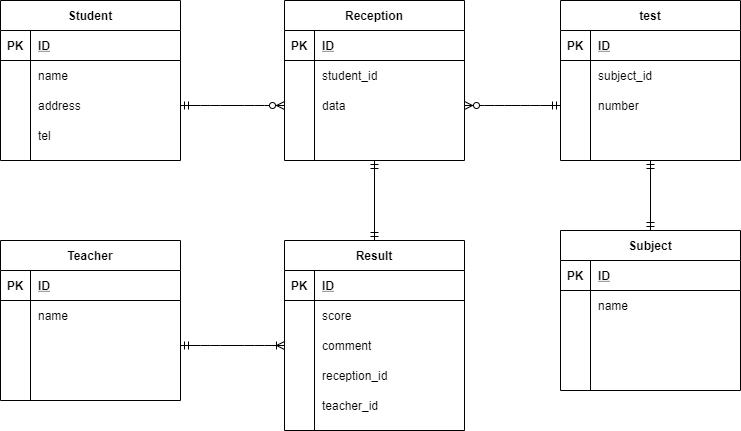
The draw.io diagram index.drawio.png in takuyaone/db, before a commit. Source tidied: cells renumbered, new cells last; positions are measured from the earlier drawing's top-left corner, leaving out a move shared by most shapes.
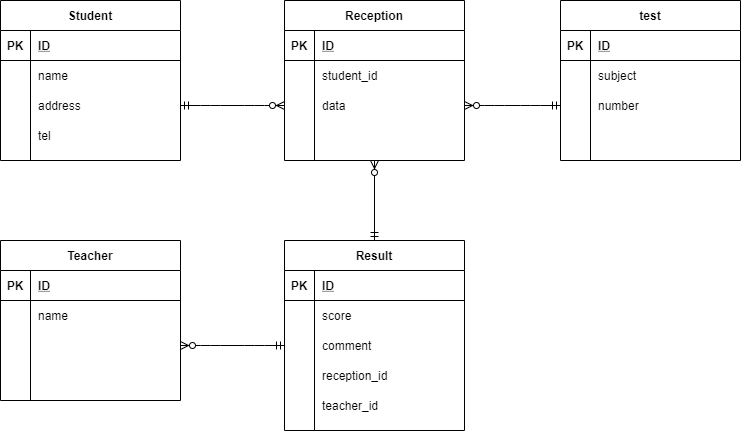
Later version of the same file.

Change to the diagram source:
```diff
@@ -98,7 +98,7 @@
     <mxCell id="33" style="shape=partialRectangle;fillColor=none;top=0;left=0;bottom=0;right=0;overflow=hidden;" parent="32" vertex="1">
       <mxGeometry width="30" height="30" as="geometry" />
     </mxCell>
-    <mxCell id="34" value="subject_id" style="shape=partialRectangle;fillColor=none;top=0;left=0;bottom=0;right=0;align=left;spacingLeft=6;overflow=hidden;" parent="32" vertex="1">
+    <mxCell id="34" value="subject" style="shape=partialRectangle;fillColor=none;top=0;left=0;bottom=0;right=0;align=left;spacingLeft=6;overflow=hidden;" parent="32" vertex="1">
       <mxGeometry x="30" width="150" height="30" as="geometry" />
     </mxCell>
     <mxCell id="35" style="shape=partialRectangle;fillColor=none;top=0;left=0;bottom=0;right=0;points=[[0,0.5],[1,0.5]];portConstraint=eastwest;" parent="28" vertex="1">
@@ -209,56 +209,14 @@
     <mxCell id="70" style="edgeStyle=entityRelationEdgeStyle;fontSize=12;html=1;endArrow=ERzeroToMany;startArrow=ERmandOne;entryX=0;entryY=0.5;entryDx=0;entryDy=0;exitX=1;exitY=0.5;exitDx=0;exitDy=0;" parent="1" edge="1" source="9" target="22">
       <mxGeometry relative="1" as="geometry" />
     </mxCell>
-    <mxCell id="71" style="edgeStyle=entityRelationEdgeStyle;fontSize=12;html=1;endArrow=ERoneToMany;startArrow=ERmandOne;entryX=0;entryY=0.5;entryDx=0;entryDy=0;exitX=1;exitY=0.5;exitDx=0;exitDy=0;" parent="1" edge="1" source="48" target="61">
-      <mxGeometry relative="1" as="geometry" />
-    </mxCell>
+    <mxCell id="86" style="edgeStyle=entityRelationEdgeStyle;fontSize=12;html=1;endArrow=ERzeroToMany;startArrow=ERmandOne;exitX=0;exitY=0.5;exitDx=0;exitDy=0;entryX=1;entryY=0.5;entryDx=0;entryDy=0;" parent="1" edge="1" source="35" target="22">
+      <mxGeometry relative="1" as="geometry" />
+    </mxCell>
-    <mxCell id="72" style="fontSize=12;html=1;endArrow=ERmandOne;startArrow=ERmandOne;exitX=0.5;exitY=0;exitDx=0;exitDy=0;entryX=0.5;entryY=1;entryDx=0;entryDy=0;" parent="1" edge="1" source="54" target="15">
+    <mxCell id="72" style="fontSize=12;html=1;endArrow=ERzeroToMany;startArrow=ERmandOne;entryX=0.5;entryY=1;entryDx=0;entryDy=0;exitX=0.5;exitY=0;exitDx=0;exitDy=0;" parent="1" edge="1" source="54" target="15">
       <mxGeometry relative="1" as="geometry" />
     </mxCell>
-    <mxCell id="73" value="Subject" style="shape=table;startSize=30;rowLines=0;fontStyle=1;align=center;" parent="1" vertex="1">
-      <mxGeometry x="560" y="230" width="180" height="160" as="geometry" />
-    </mxCell>
-    <mxCell id="74" style="shape=partialRectangle;fillColor=none;top=0;left=0;bottom=1;right=0;" parent="73" vertex="1">
-      <mxGeometry y="30" width="180" height="30" as="geometry" />
-    </mxCell>
-    <mxCell id="75" value="PK" style="shape=partialRectangle;fillColor=none;top=0;left=0;bottom=0;right=0;fontStyle=1;overflow=hidden;" parent="74" vertex="1">
-      <mxGeometry width="30" height="30" as="geometry" />
-    </mxCell>
-    <mxCell id="76" value="ID" style="shape=partialRectangle;fillColor=none;top=0;left=0;bottom=0;right=0;align=left;spacingLeft=6;fontStyle=5;overflow=hidden;" parent="74" vertex="1">
-      <mxGeometry x="30" width="150" height="30" as="geometry" />
-    </mxCell>
-    <mxCell id="77" style="shape=partialRectangle;fillColor=none;top=0;left=0;bottom=0;right=0;" parent="73" vertex="1">
-      <mxGeometry y="60" width="180" height="30" as="geometry" />
-    </mxCell>
-    <mxCell id="78" style="shape=partialRectangle;fillColor=none;top=0;left=0;bottom=0;right=0;overflow=hidden;" parent="77" vertex="1">
-      <mxGeometry width="30" height="30" as="geometry" />
-    </mxCell>
-    <mxCell id="79" value="name" style="shape=partialRectangle;fillColor=none;top=0;left=0;bottom=0;right=0;align=left;spacingLeft=6;overflow=hidden;" parent="77" vertex="1">
-      <mxGeometry x="30" width="150" height="30" as="geometry" />
-    </mxCell>
-    <mxCell id="80" style="shape=partialRectangle;fillColor=none;top=0;left=0;bottom=0;right=0;" parent="73" vertex="1">
-      <mxGeometry y="90" width="180" height="30" as="geometry" />
-    </mxCell>
-    <mxCell id="81" style="shape=partialRectangle;fillColor=none;top=0;left=0;bottom=0;right=0;overflow=hidden;" parent="80" vertex="1">
-      <mxGeometry width="30" height="30" as="geometry" />
-    </mxCell>
-    <mxCell id="82" style="shape=partialRectangle;fillColor=none;top=0;left=0;bottom=0;right=0;align=left;spacingLeft=6;overflow=hidden;" parent="80" vertex="1">
-      <mxGeometry x="30" width="150" height="30" as="geometry" />
-    </mxCell>
-    <mxCell id="83" style="shape=partialRectangle;fillColor=none;top=0;left=0;bottom=0;right=0;" parent="73" vertex="1">
-      <mxGeometry y="120" width="180" height="30" as="geometry" />
-    </mxCell>
-    <mxCell id="84" style="shape=partialRectangle;fillColor=none;top=0;left=0;bottom=0;right=0;overflow=hidden;" parent="83" vertex="1">
-      <mxGeometry width="30" height="30" as="geometry" />
-    </mxCell>
-    <mxCell id="85" style="shape=partialRectangle;fillColor=none;top=0;left=0;bottom=0;right=0;align=left;spacingLeft=6;overflow=hidden;" parent="83" vertex="1">
-      <mxGeometry x="30" width="150" height="30" as="geometry" />
-    </mxCell>
-    <mxCell id="86" style="edgeStyle=entityRelationEdgeStyle;fontSize=12;html=1;endArrow=ERzeroToMany;startArrow=ERmandOne;exitX=0;exitY=0.5;exitDx=0;exitDy=0;entryX=1;entryY=0.5;entryDx=0;entryDy=0;" parent="1" edge="1" source="35" target="22">
-      <mxGeometry relative="1" as="geometry" />
-    </mxCell>
-    <mxCell id="87" style="fontSize=12;html=1;endArrow=ERmandOne;startArrow=ERmandOne;entryX=0.5;entryY=1;entryDx=0;entryDy=0;exitX=0.5;exitY=0;exitDx=0;exitDy=0;" parent="1" edge="1" source="73" target="28">
-      <mxGeometry relative="1" as="geometry" />
-    </mxCell>
+    <mxCell id="88" style="edgeStyle=entityRelationEdgeStyle;fontSize=12;html=1;endArrow=ERzeroToMany;startArrow=ERmandOne;entryX=1;entryY=0.5;entryDx=0;entryDy=0;exitX=0;exitY=0.5;exitDx=0;exitDy=0;" parent="1" edge="1" source="61" target="48">
+      <mxGeometry relative="1" as="geometry" />
+    </mxCell>
   </root>
 </mxGraphModel>
```
